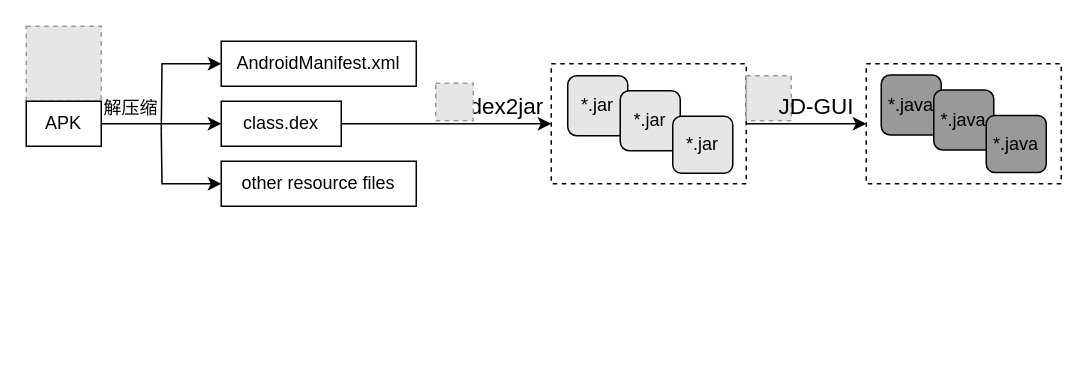
sunray42/diagrams keeps this draw.io diagram as 安卓反编译流程.drawio. Above is the earlier version. Source tidied: cells renumbered, new cells numbered last; positions are measured from the earlier drawing's top-left corner, leaving out a move shared by most shapes. Both pictures are drawn from the tidied source at 150%, with x=0, y=0 at pixel (26, 26). Pictures stored in the file or linked from it are replaced by grey dashed boxes.
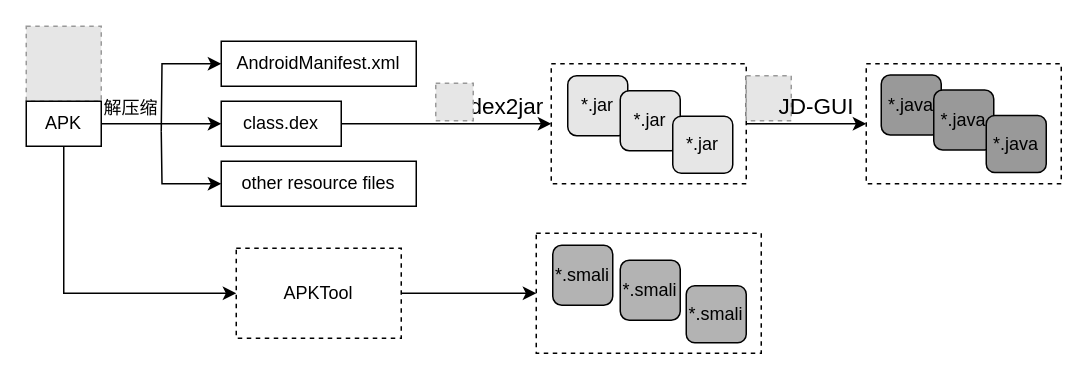
After the change.

Commit message (it also covers changes not shown here):
更新安卓反编译流程.drawio

The change refers to these unchanged cells:
```xml
<mxCell id="4" value="APK" style="rounded=0;whiteSpace=wrap;html=1;" parent="1" vertex="1">
  <mxGeometry y="50" width="50" height="30" as="geometry" />
</mxCell>
```

Diff of the diagram source:
```diff
@@
+    <mxCell id="25" style="edgeStyle=orthogonalEdgeStyle;rounded=0;jettySize=auto;html=1;exitX=0.5;exitY=1;exitDx=0;exitDy=0;entryX=0;entryY=0.5;entryDx=0;entryDy=0;" parent="1" edge="1" source="4" target="31">
+      <mxGeometry relative="1" as="geometry" />
+    </mxCell>
@@
+    <mxCell id="26" style="rounded=0;whiteSpace=wrap;html=1;dashed=1;" parent="1" vertex="1">
+      <mxGeometry x="340" y="138" width="150" height="80" as="geometry" />
+    </mxCell>
+    <mxCell id="27" value="*.smali" style="rounded=1;whiteSpace=wrap;html=1;fillStyle=auto;fillColor=#B3B3B3;" parent="1" vertex="1">
+      <mxGeometry x="351" y="146" width="40" height="40" as="geometry" />
+    </mxCell>
+    <mxCell id="28" value="*.smali" style="rounded=1;whiteSpace=wrap;html=1;fillColor=#B3B3B3;" parent="1" vertex="1">
+      <mxGeometry x="396" y="156" width="40" height="40" as="geometry" />
+    </mxCell>
+    <mxCell id="29" value="*.smali" style="rounded=1;whiteSpace=wrap;html=1;fillColor=#B3B3B3;" parent="1" vertex="1">
+      <mxGeometry x="440" y="173" width="40" height="38" as="geometry" />
+    </mxCell>
+    <mxCell id="30" style="edgeStyle=orthogonalEdgeStyle;rounded=0;jettySize=auto;html=1;exitX=1;exitY=0.5;exitDx=0;exitDy=0;entryX=0;entryY=0.5;entryDx=0;entryDy=0;" parent="1" edge="1" source="31" target="26">
+      <mxGeometry relative="1" as="geometry" />
+    </mxCell>
+    <mxCell id="31" style="rounded=0;whiteSpace=wrap;html=1;dashed=1;" parent="1" vertex="1">
+      <mxGeometry x="140" y="148" width="110" height="60" as="geometry" />
+    </mxCell>
+    <mxCell id="32" value="APKTool" style="text;html=1;align=center;verticalAlign=middle;whiteSpace=wrap;rounded=0;" parent="1" vertex="1">
+      <mxGeometry x="165" y="163" width="60" height="30" as="geometry" />
+    </mxCell>
```
